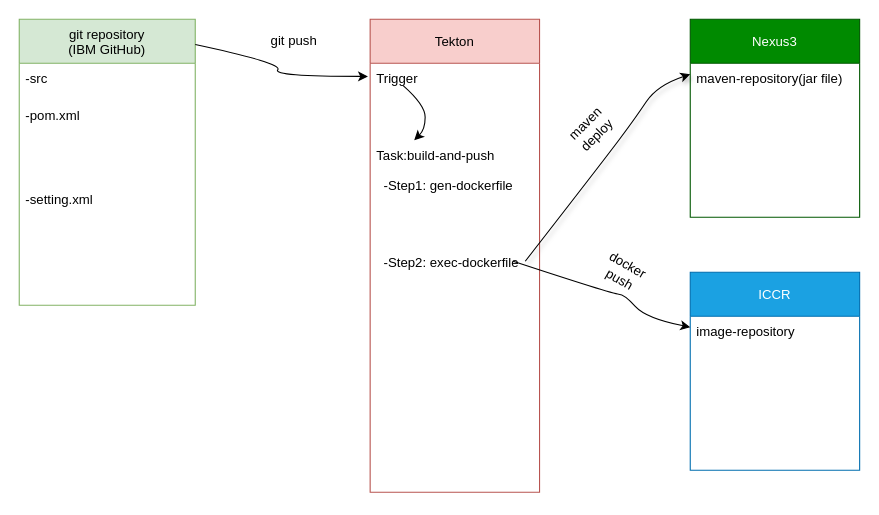
Before: Untitled Diagram.drawio in hongzhen-wang1/dspbank-api-test, a draw.io diagram. Source tidied: cells renumbered, new cells numbered last; positions are measured from the earlier drawing's top-left corner, leaving out a move shared by most shapes. Both pictures are drawn from the tidied source at 110%, with x=0, y=0 at pixel (19, 19).
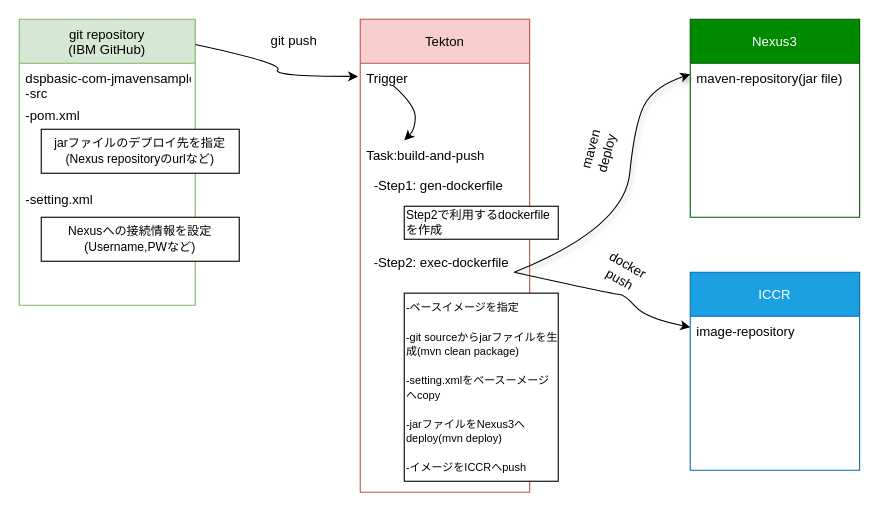
Above is the later version.

The change refers to these unchanged cells:
```xml
<mxCell id="5" value="Task:build-and-push&#10;&#10;  -Step1: gen-dockerfile&#10;&#10;&#10;&#10;&#10;  -Step2: exec-dockerfile" style="text;strokeColor=none;fillColor=none;spacingLeft=4;spacingRight=4;overflow=hidden;points=[[0,0.5],[1,0.5]];portConstraint=eastwest;fontSize=12;" parent="2" vertex="1">
  <mxGeometry y="110" width="154" height="320" as="geometry" />
</mxCell>
<mxCell id="6" value="git repository&#10;(IBM GitHub)" style="swimlane;fontStyle=0;horizontal=1;startSize=40;align=center;fontSize=12;fillColor=#d5e8d4;strokeColor=#82b366;" parent="1" vertex="1">
  <mxGeometry width="160" height="260" as="geometry" />
</mxCell>
<mxCell id="13" value="image-repository" style="text;strokeColor=none;fillColor=none;spacingLeft=4;spacingRight=4;overflow=hidden;points=[[0,0.5],[1,0.5]];portConstraint=eastwest;fontSize=12;" parent="12" vertex="1">
  <mxGeometry y="40" width="154" height="140" as="geometry" />
</mxCell>
```

What changed in the source:
```diff
@@
     <mxCell id="2" value="Tekton" style="swimlane;fontStyle=0;horizontal=1;startSize=40;align=center;fontSize=12;fillColor=#f8cecc;strokeColor=#b85450;" parent="1" vertex="1">
-      <mxGeometry x="319" width="154" height="430" as="geometry" />
+      <mxGeometry x="310" width="154" height="430" as="geometry" />
     </mxCell>
@@
-    <mxCell id="7" value="-src" style="text;strokeColor=none;fillColor=none;spacingLeft=4;spacingRight=4;overflow=hidden;fontSize=12;" parent="6" vertex="1">
+    <mxCell id="7" value="dspbasic-com-jmavensample&#10;-src" style="text;strokeColor=none;fillColor=none;spacingLeft=4;spacingRight=4;overflow=hidden;fontSize=12;" parent="6" vertex="1">
       <mxGeometry y="40" width="160" height="34" as="geometry" />
     </mxCell>
-    <mxCell id="8" value="-pom.xml" style="text;strokeColor=none;fillColor=none;spacingLeft=4;spacingRight=4;overflow=hidden;fontSize=12;" parent="6" vertex="1">
+    <mxCell id="8" value="-pom.xml&#10;   " style="text;strokeColor=none;fillColor=none;spacingLeft=4;spacingRight=4;overflow=hidden;fontSize=12;" parent="6" vertex="1">
       <mxGeometry y="74" width="160" height="76" as="geometry" />
     </mxCell>
@@
-    <mxCell id="16" style="curved=1;endArrow=classic;html=1;fontSize=12;entryX=0;entryY=0.071;entryDx=0;entryDy=0;entryPerimeter=0;exitX=0.844;exitY=0.344;exitDx=0;exitDy=0;exitPerimeter=0;" parent="1" edge="1" source="5" target="13">
+    <mxCell id="16" style="curved=1;endArrow=classic;html=1;fontSize=12;entryX=0;entryY=0.071;entryDx=0;entryDy=0;entryPerimeter=0;" parent="1" edge="1" target="13">
       <mxGeometry relative="1" as="geometry">
+        <mxPoint x="450" y="230" as="sourcePoint" />
         <Array as="points">
           <mxPoint x="540" y="250" />
           <mxPoint x="550" y="250" />
           <mxPoint x="570" y="272" />
         </Array>
       </mxGeometry>
     </mxCell>
-    <mxCell id="17" style="curved=1;endArrow=classic;html=1;fontSize=12;shadow=1;" parent="1" edge="1">
+    <mxCell id="17" style="curved=1;endArrow=classic;html=1;fontSize=12;shadow=1;exitX=0.909;exitY=0.375;exitDx=0;exitDy=0;exitPerimeter=0;" parent="1" edge="1" source="5">
       <mxGeometry relative="1" as="geometry">
-        <mxPoint x="460" y="220" as="sourcePoint" />
         <mxPoint x="610" y="50" as="targetPoint" />
         <Array as="points">
-          <mxPoint x="530" y="130" />
+          <mxPoint x="550" y="190" />
           <mxPoint x="560" y="90" />
           <mxPoint x="580" y="60" />
         </Array>
       </mxGeometry>
     </mxCell>
-    <mxCell id="18" value="maven deploy" style="text;html=1;strokeColor=none;fillColor=none;align=center;verticalAlign=middle;whiteSpace=wrap;rounded=0;fontSize=12;rotation=-45;" parent="1" vertex="1">
-      <mxGeometry x="490" y="90" width="60" height="20" as="geometry" />
+    <mxCell id="18" value="maven deploy" style="text;html=1;strokeColor=none;fillColor=none;align=center;verticalAlign=middle;whiteSpace=wrap;rounded=0;fontSize=12;rotation=-75;" parent="1" vertex="1">
+      <mxGeometry x="497" y="110" width="60" height="20" as="geometry" />
     </mxCell>
@@
+    <mxCell id="20" value="jarファイルのデプロイ先を指定&lt;br&gt;(Nexus repositoryのurlなど)" style="rounded=0;whiteSpace=wrap;html=1;fontSize=11;" parent="1" vertex="1">
+      <mxGeometry x="20" y="100" width="180" height="40" as="geometry" />
+    </mxCell>
+    <mxCell id="21" value="Nexusへの接続情報を設定&lt;br&gt;(Username,PWなど)" style="rounded=0;whiteSpace=wrap;html=1;fontSize=11;" parent="1" vertex="1">
+      <mxGeometry x="20" y="180" width="180" height="40" as="geometry" />
+    </mxCell>
+    <mxCell id="22" value="Step2で利用するdockerfileを作成" style="rounded=0;whiteSpace=wrap;html=1;fontSize=11;align=left;" parent="1" vertex="1">
+      <mxGeometry x="350" y="170" width="140" height="30" as="geometry" />
+    </mxCell>
+    <mxCell id="23" value="&lt;font style=&quot;font-size: 10px&quot;&gt;-ベースイメージを指定&lt;br&gt;&lt;br&gt;-git sourceからjarファイルを生成(mvn clean package)&lt;br&gt;&lt;br&gt;-setting.xmlをベースーメージへcopy&lt;br&gt;&lt;br&gt;-jarファイルをNexus3へdeploy(mvn deploy)&lt;br&gt;&lt;br&gt;-イメージをICCRへpush&lt;/font&gt;" style="rounded=0;whiteSpace=wrap;html=1;fontSize=11;align=left;" parent="1" vertex="1">
+      <mxGeometry x="350" y="249" width="140" height="171" as="geometry" />
+    </mxCell>
```
